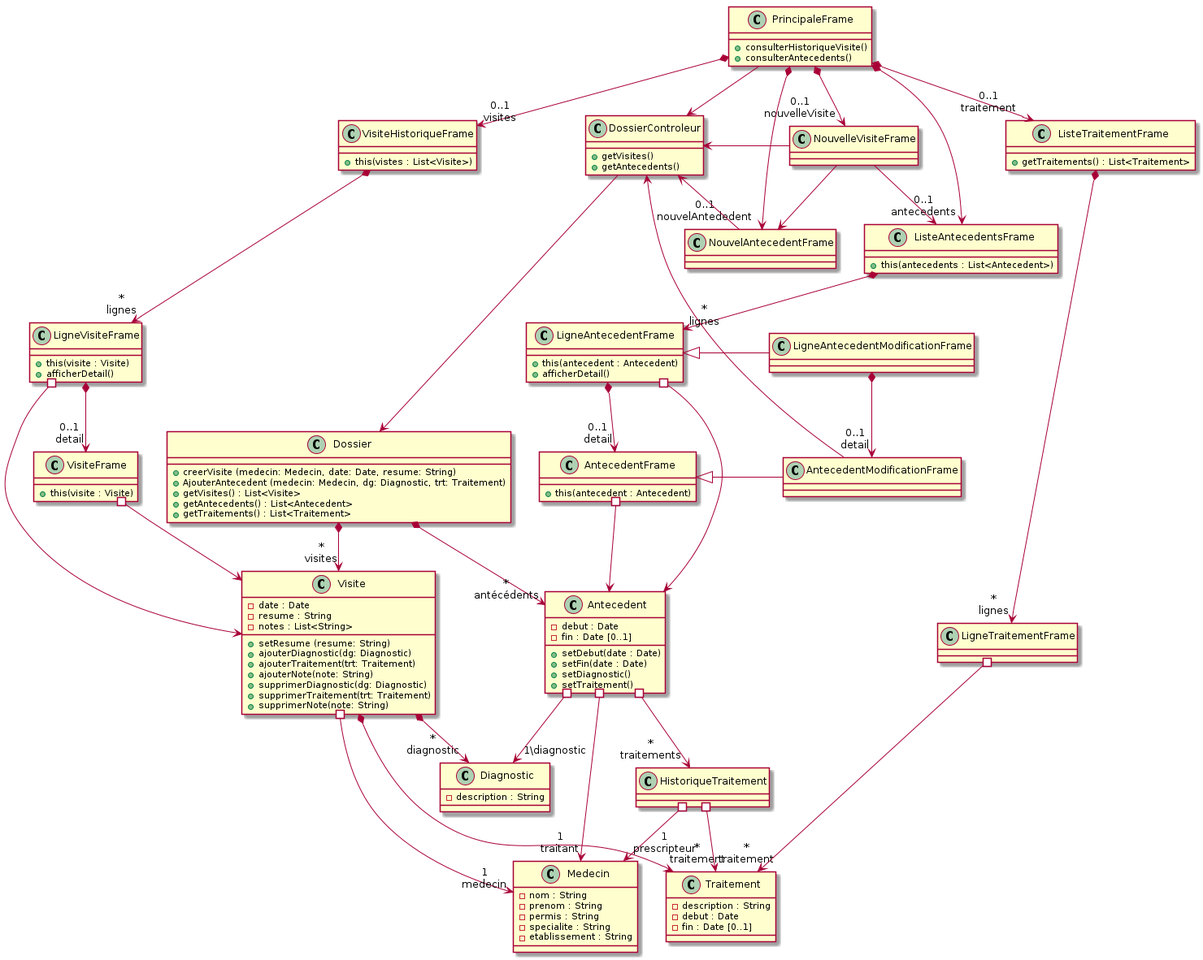
This is models/class_diagram_dossier.png from fethiuqam/INF5153-Projet-Session, a PlantUML export, as it was before one commit. Source of this version:
```plantuml
@startuml


class Dossier {
    + creerVisite (medecin: Medecin, date: Date, resume: String)
    + AjouterAntecedent (medecin: Medecin, dg: Diagnostic, trt: Traitement)
    + getVisites() : List<Visite>
    + getAntecedents() : List<Antecedent>
    + getTraitements() : List<Traitement>
}

class Visite {
    - date : Date
    - resume : String
    - notes : List<String>
    + setResume (resume: String)
    + ajouterDiagnostic(dg: Diagnostic)
    + ajouterTraitement(trt: Traitement)
    + ajouterNote(note: String)
    + supprimerDiagnostic(dg: Diagnostic)
    + supprimerTraitement(trt: Traitement)
    + supprimerNote(note: String)
}


class Antecedent {
    - debut : Date
    - fin : Date [0..1]
    + setDebut(date : Date)
    + setFin(date : Date)
    + setDiagnostic()
    + setTraitement()
}

class HistoriqueTraitement {

}

class Diagnostic {
    - description : String
}

class Traitement {
    - description : String
    - debut : Date
    - fin : Date [0..1]
}

class Medecin {
    - nom : String
    - prenom : String
    - permis : String
    - specialite : String
    - etablissement : String
}

class DossierControleur {
    + getVisites()
    + getAntecedents()

}

class PrincipaleFrame {
    + consulterHistoriqueVisite()
    + consulterAntecedents()
}

class VisiteHistoriqueFrame {
    + this(vistes : List<Visite>)
}

class LigneVisiteFrame {
    + this(visite : Visite)
    + afficherDetail()
}

class VisiteFrame {
    + this(visite : Visite)
}

class NouvelleVisiteFrame {

}

class ListeAntecedentsFrame {
    + this(antecedents : List<Antecedent>)
}

class LigneAntecedentFrame {
    + this(antecedent : Antecedent)
    + afficherDetail()
}

class AntecedentFrame {
    + this(antecedent : Antecedent)
}

class AntecedentModificationFrame {

}

class NouvelAntecedentFrame {

}

class LigneAntecedentModificationFrame {

}

class ListeTraitementFrame {
    + getTraitements() : List<Traitement>
}

class LigneTraitementFrame {

}


Dossier *--> "*\nvisites" Visite
Dossier *--> "*\nantécédents" Antecedent

Visite *--> "*\ndiagnostic" Diagnostic
Visite *--> "*\ntraitement" Traitement
Visite #--> "1\nmedecin" Medecin

Antecedent #--> "1\ntraitant" Medecin
Antecedent #--> "1\diagnostic" Diagnostic
Antecedent #--> "*\ntraitements" HistoriqueTraitement
HistoriqueTraitement #--> "*\ntraitement" Traitement
HistoriqueTraitement #--> "1\nprescripteur" Medecin

PrincipaleFrame --> DossierControleur
DossierControleur --> Dossier

PrincipaleFrame *-->"0..1\nvisites" VisiteHistoriqueFrame
PrincipaleFrame *--> "0..1\nnouvelleVisite"NouvelleVisiteFrame
PrincipaleFrame *--> "0..1\nantecedents"ListeAntecedentsFrame
PrincipaleFrame *--> "0..1\nnouvelAntededent"NouvelAntecedentFrame
PrincipaleFrame *--> "0..1\ntraitement"ListeTraitementFrame



VisiteHistoriqueFrame *--> "*\nlignes" LigneVisiteFrame
ListeAntecedentsFrame *--> "*\nlignes" LigneAntecedentFrame
LigneAntecedentFrame <|-  LigneAntecedentModificationFrame
AntecedentFrame <|- AntecedentModificationFrame
ListeTraitementFrame *--> "*\nlignes" LigneTraitementFrame


LigneVisiteFrame *--> "0..1\ndetail"VisiteFrame
NouvelleVisiteFrame --> NouvelAntecedentFrame
NouvelleVisiteFrame --> ListeAntecedentsFrame
LigneAntecedentFrame *--> "0..1\ndetail"AntecedentFrame
LigneAntecedentModificationFrame *--> "0..1\ndetail"AntecedentModificationFrame

LigneAntecedentFrame #--> Antecedent
AntecedentFrame #--> Antecedent
LigneVisiteFrame #--> Visite
VisiteFrame #--> Visite
LigneTraitementFrame #-->Traitement


DossierControleur <- NouvelleVisiteFrame
DossierControleur <-- NouvelAntecedentFrame
DossierControleur <-- AntecedentModificationFrame


@enduml
```
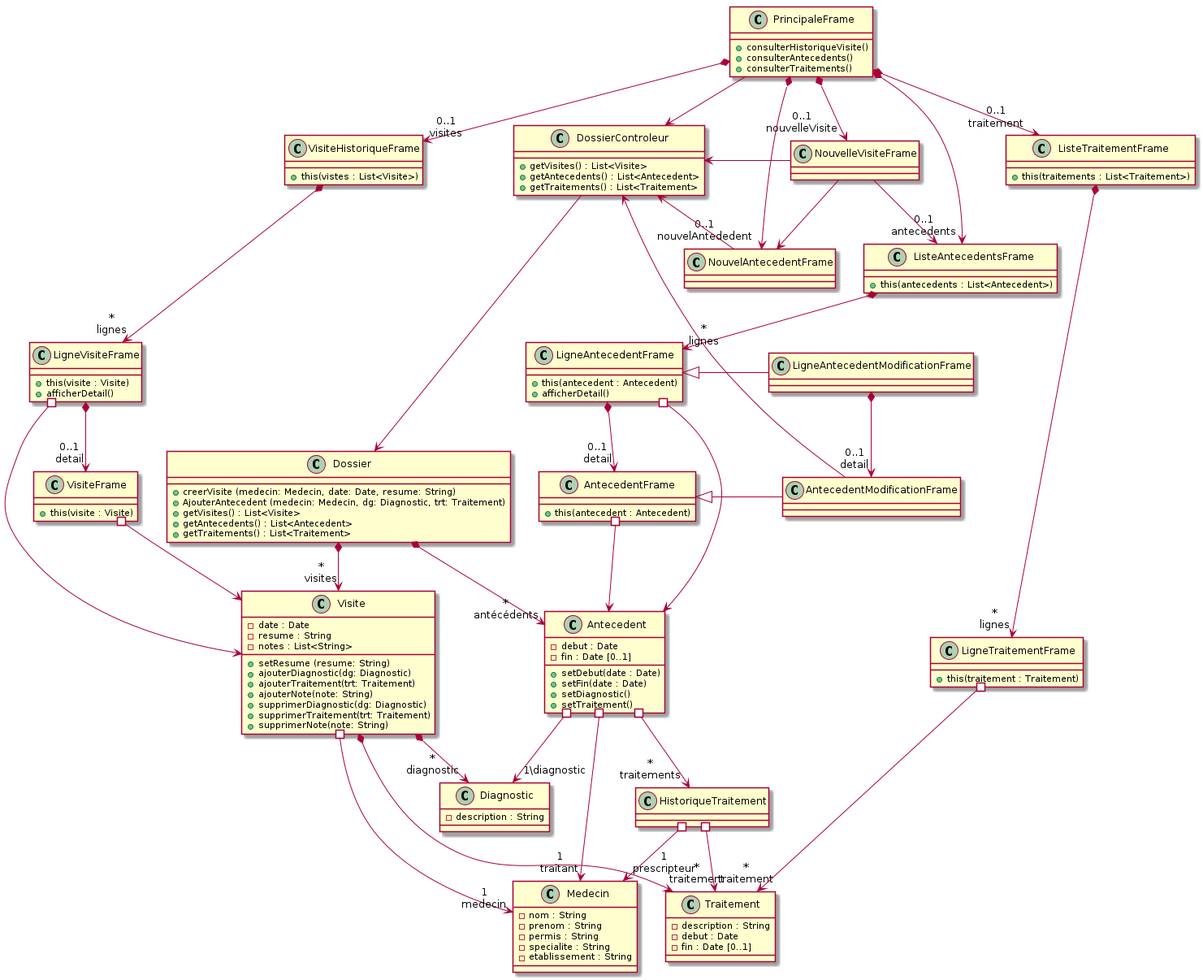
After the commit.

Commit message:
suppressions de diagram class dossier

Diff of the diagram source:
```diff
@@ -55,14 +55,15 @@
 }
 
 class DossierControleur {
-    + getVisites()
-    + getAntecedents()
-
+    + getVisites() : List<Visite>
+    + getAntecedents() : List<Antecedent>
+    + getTraitements() : List<Traitement>
 }
 
 class PrincipaleFrame {
     + consulterHistoriqueVisite()
     + consulterAntecedents()
+    + consulterTraitements()
 }
 
 class VisiteHistoriqueFrame {
@@ -108,11 +109,11 @@
 }
 
 class ListeTraitementFrame {
-    + getTraitements() : List<Traitement>
+    + this(traitements : List<Traitement>)
 }
 
 class LigneTraitementFrame {
-
+    + this(traitement : Traitement)
 }
 
 
```
